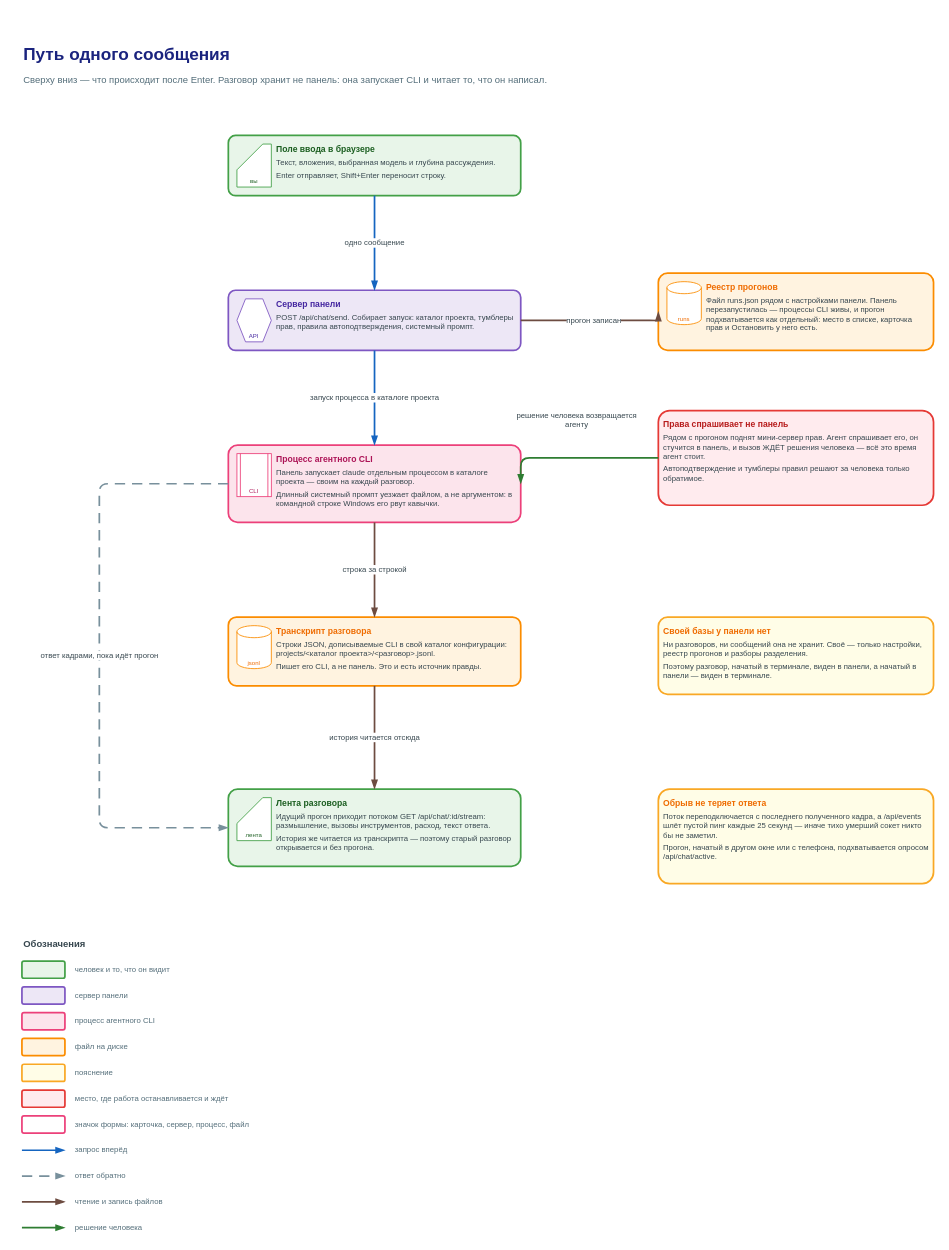
Above: page "1. Путь одного сообщения" (1 of 2) of docs/diagrams/chat-guide/chat-guide.drawio in rusyander/claude-control (draw.io), before the change. Source tidied: cells renumbered, new cells numbered last; positions are measured from the earlier drawing's top-left corner, leaving out a move shared by most shapes. Both pictures are drawn from the tidied source at 86%, with x=0, y=0 at pixel (22, 40).
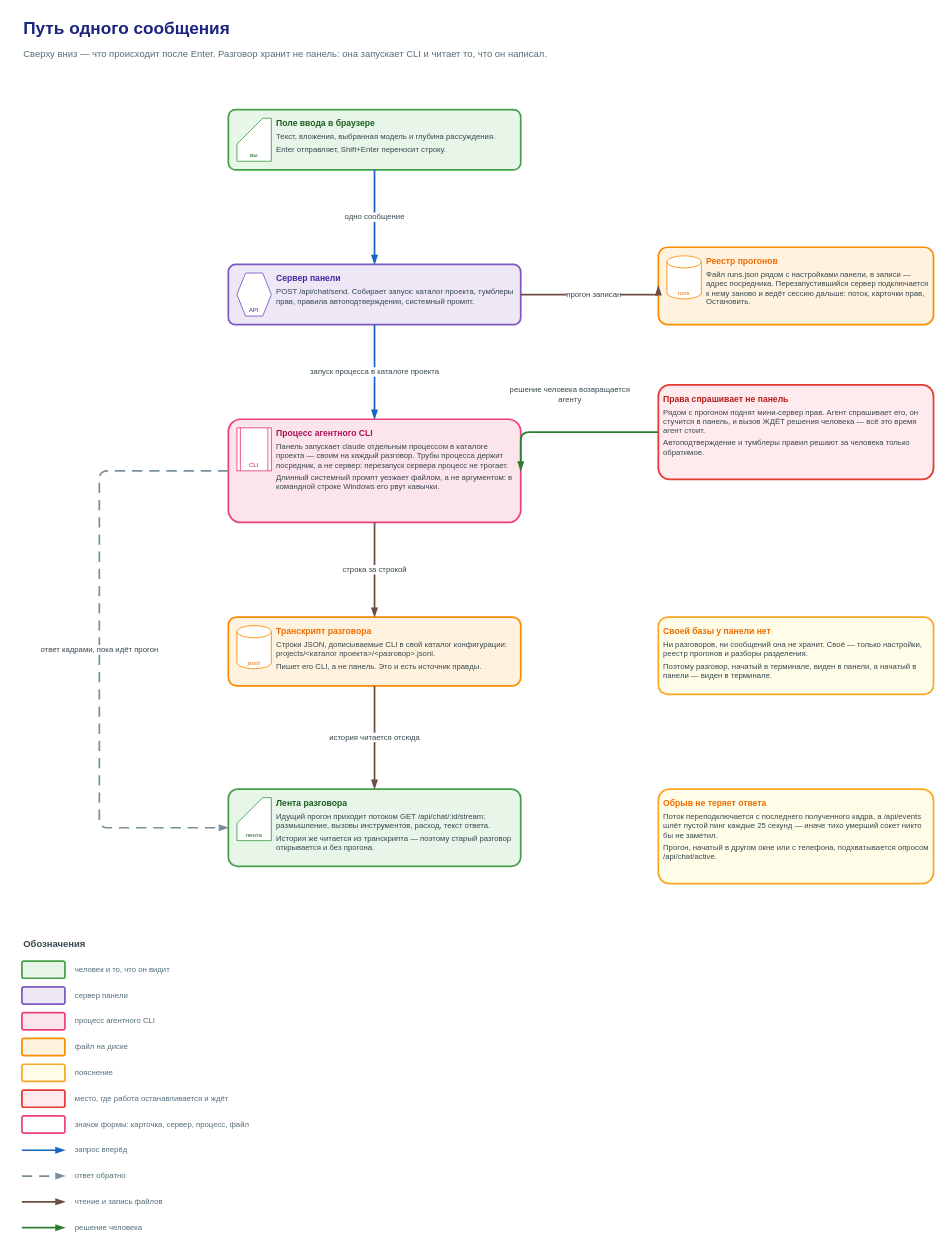
The same diagram, later.

Unchanged cells that the change refers to:
```xml
<mxCell id="12" value="&lt;div style=&quot;font-size:10px;font-weight:600;color:#1B5E20;text-align:left&quot;&gt;Лента разговора&lt;/div&gt;&lt;div style=&quot;font-size:9px;text-align:left;margin-top:4px&quot;&gt;Идущий прогон приходит потоком GET /api/chat/:id/stream: размышление, вызовы инструментов, расход, текст ответа.&lt;/div&gt;&lt;div style=&quot;font-size:9px;text-align:left;margin-top:4px&quot;&gt;История же читается из транскрипта — поэтому старый разговор открывается и без прогона.&lt;/div&gt;" style="rounded=1;arcSize=12;fillColor=#E8F5E9;strokeColor=#43A047;strokeWidth=2;html=1;whiteSpace=wrap;align=left;verticalAlign=top;spacing=6;fontSize=9;fontColor=#37474F;spacingLeft=50;informational=1;" parent="1" vertex="1">
  <mxGeometry x="240" y="870" width="340" height="90" as="geometry" />
</mxCell>
```

The edit, as a diff of the source:
```diff
@@
     <mxCell id="2" value="Путь одного сообщения" style="text;html=1;whiteSpace=wrap;align=left;verticalAlign=middle;fontSize=20;fontColor=#1A237E;fontStyle=1;" parent="1" vertex="1">
-      <mxGeometry width="900" height="30" as="geometry" />
+      <mxGeometry y="-30" width="900" height="30" as="geometry" />
     </mxCell>
     <mxCell id="3" value="Сверху вниз — что происходит после Enter. Разговор хранит не панель: она запускает CLI и читает то, что он написал." style="text;html=1;whiteSpace=wrap;align=left;verticalAlign=middle;fontSize=11;fontColor=#546E7A;" parent="1" vertex="1">
-      <mxGeometry y="30" width="900" height="30" as="geometry" />
+      <mxGeometry width="900" height="30" as="geometry" />
     </mxCell>
     <mxCell id="4" value="&lt;div style=&quot;font-size:10px;font-weight:600;color:#1B5E20;text-align:left&quot;&gt;Поле ввода в браузере&lt;/div&gt;&lt;div style=&quot;font-size:9px;text-align:left;margin-top:4px&quot;&gt;Текст, вложения, выбранная модель и глубина рассуждения.&lt;/div&gt;&lt;div style=&quot;font-size:9px;text-align:left;margin-top:4px&quot;&gt;Enter отправляет, Shift+Enter переносит строку.&lt;/div&gt;" style="rounded=1;arcSize=12;fillColor=#E8F5E9;strokeColor=#43A047;strokeWidth=2;html=1;whiteSpace=wrap;align=left;verticalAlign=top;spacing=6;fontSize=9;fontColor=#37474F;spacingLeft=50;informational=1;" parent="1" vertex="1">
-      <mxGeometry x="240" y="110" width="340" height="70" as="geometry" />
+      <mxGeometry x="240" y="80" width="340" height="70" as="geometry" />
     </mxCell>
@@
     <mxCell id="6" value="&lt;div style=&quot;font-size:10px;font-weight:600;color:#4527A0;text-align:left&quot;&gt;Сервер панели&lt;/div&gt;&lt;div style=&quot;font-size:9px;text-align:left;margin-top:4px&quot;&gt;POST /api/chat/send. Собирает запуск: каталог проекта, тумблеры прав, правила автоподтверждения, системный промпт.&lt;/div&gt;" style="rounded=1;arcSize=12;fillColor=#EDE7F6;strokeColor=#7E57C2;strokeWidth=2;html=1;whiteSpace=wrap;align=left;verticalAlign=top;spacing=6;fontSize=9;fontColor=#37474F;spacingLeft=50;informational=1;" parent="1" vertex="1">
-      <mxGeometry x="240" y="290" width="340" height="70" as="geometry" />
+      <mxGeometry x="240" y="260" width="340" height="70" as="geometry" />
     </mxCell>
@@
-    <mxCell id="8" value="&lt;div style=&quot;font-size:10px;font-weight:600;color:#AD1457;text-align:left&quot;&gt;Процесс агентного CLI&lt;/div&gt;&lt;div style=&quot;font-size:9px;text-align:left;margin-top:4px&quot;&gt;Панель запускает claude отдельным процессом в каталоге проекта — своим на каждый разговор.&lt;/div&gt;&lt;div style=&quot;font-size:9px;text-align:left;margin-top:4px&quot;&gt;Длинный системный промпт уезжает файлом, а не аргументом: в командной строке Windows его рвут кавычки.&lt;/div&gt;" style="rounded=1;arcSize=12;fillColor=#FCE4EC;strokeColor=#EC407A;strokeWidth=2;html=1;whiteSpace=wrap;align=left;verticalAlign=top;spacing=6;fontSize=9;fontColor=#37474F;spacingLeft=50;informational=1;" parent="1" vertex="1">
-      <mxGeometry x="240" y="470" width="340" height="90" as="geometry" />
+    <mxCell id="8" value="&lt;div style=&quot;font-size:10px;font-weight:600;color:#AD1457;text-align:left&quot;&gt;Процесс агентного CLI&lt;/div&gt;&lt;div style=&quot;font-size:9px;text-align:left;margin-top:4px&quot;&gt;Панель запускает claude отдельным процессом в каталоге проекта — своим на каждый разговор. Трубы процесса держит посредник, а не сервер: перезапуск сервера процесс не трогает.&lt;/div&gt;&lt;div style=&quot;font-size:9px;text-align:left;margin-top:4px&quot;&gt;Длинный системный промпт уезжает файлом, а не аргументом: в командной строке Windows его рвут кавычки.&lt;/div&gt;" style="rounded=1;arcSize=12;fillColor=#FCE4EC;strokeColor=#EC407A;strokeWidth=2;html=1;whiteSpace=wrap;align=left;verticalAlign=top;spacing=6;fontSize=9;fontColor=#37474F;spacingLeft=50;informational=1;" parent="1" vertex="1">
+      <mxGeometry x="240" y="440" width="340" height="120" as="geometry" />
     </mxCell>
@@
     <mxCell id="14" value="&lt;div style=&quot;font-size:10px;font-weight:600;color:#B71C1C;text-align:left&quot;&gt;Права спрашивает не панель&lt;/div&gt;&lt;div style=&quot;font-size:9px;text-align:left;margin-top:4px&quot;&gt;Рядом с прогоном поднят мини-сервер прав. Агент спрашивает его, он стучится в панель, и вызов ЖДЁТ решения человека — всё это время агент стоит.&lt;/div&gt;&lt;div style=&quot;font-size:9px;text-align:left;margin-top:4px&quot;&gt;Автоподтверждение и тумблеры правил решают за человека только обратимое.&lt;/div&gt;" style="rounded=1;arcSize=12;fillColor=#FFEBEE;strokeColor=#E53935;strokeWidth=2;html=1;whiteSpace=wrap;align=left;verticalAlign=top;spacing=6;fontSize=9;fontColor=#37474F;informational=1;" parent="1" vertex="1">
-      <mxGeometry x="740" y="430" width="320" height="110" as="geometry" />
+      <mxGeometry x="740" y="400" width="320" height="110" as="geometry" />
     </mxCell>
@@
-    <mxCell id="16" value="&lt;div style=&quot;font-size:10px;font-weight:600;color:#EF6C00;text-align:left&quot;&gt;Реестр прогонов&lt;/div&gt;&lt;div style=&quot;font-size:9px;text-align:left;margin-top:4px&quot;&gt;Файл runs.json рядом с настройками панели. Панель перезапустилась — процессы CLI живы, и прогон подхватывается как отдельный: место в списке, карточка прав и Остановить у него есть.&lt;/div&gt;" style="rounded=1;arcSize=12;fillColor=#FFF3E0;strokeColor=#FB8C00;strokeWidth=2;html=1;whiteSpace=wrap;align=left;verticalAlign=top;spacing=6;fontSize=9;fontColor=#37474F;spacingLeft=50;informational=1;" parent="1" vertex="1">
-      <mxGeometry x="740" y="270" width="320" height="90" as="geometry" />
+    <mxCell id="16" value="&lt;div style=&quot;font-size:10px;font-weight:600;color:#EF6C00;text-align:left&quot;&gt;Реестр прогонов&lt;/div&gt;&lt;div style=&quot;font-size:9px;text-align:left;margin-top:4px&quot;&gt;Файл runs.json рядом с настройками панели, в записи — адрес посредника. Перезапустившийся сервер подключается к нему заново и ведёт сессию дальше: поток, карточки прав, Остановить.&lt;/div&gt;" style="rounded=1;arcSize=12;fillColor=#FFF3E0;strokeColor=#FB8C00;strokeWidth=2;html=1;whiteSpace=wrap;align=left;verticalAlign=top;spacing=6;fontSize=9;fontColor=#37474F;spacingLeft=50;informational=1;" parent="1" vertex="1">
+      <mxGeometry x="740" y="240" width="320" height="90" as="geometry" />
     </mxCell>
@@
     <mxCell id="23" value="прогон записан" style="edgeStyle=orthogonalEdgeStyle;rounded=1;html=1;fontSize=9;fontColor=#37474F;labelBackgroundColor=#FFFFFF;endArrow=blockThin;endFill=1;jettySize=auto;strokeWidth=2;strokeColor=#6D4C41;exitX=1;exitY=0.5;exitDx=0;exitDy=0;entryX=0;entryY=0.5;entryDx=0;entryDy=0;" parent="1" edge="1" source="6" target="16">
       <mxGeometry relative="1" as="geometry">
         <Array as="points">
-          <mxPoint x="740" y="325" />
+          <mxPoint x="740" y="295" />
         </Array>
       </mxGeometry>
     </mxCell>
     <mxCell id="24" value="решение человека возвращается&lt;br&gt;агенту" style="edgeStyle=orthogonalEdgeStyle;rounded=1;html=1;fontSize=9;fontColor=#37474F;labelBackgroundColor=#FFFFFF;endArrow=blockThin;endFill=1;jettySize=auto;strokeWidth=2;strokeColor=#2E7D32;exitX=0;exitY=0.5;exitDx=0;exitDy=0;entryX=1;entryY=0.5;entryDx=0;entryDy=0;" parent="1" edge="1" source="14" target="8">
       <mxGeometry y="-44" relative="1" as="geometry">
         <Array as="points">
-          <mxPoint x="580" y="485" />
+          <mxPoint x="580" y="455" />
         </Array>
       </mxGeometry>
     </mxCell>
     <mxCell id="25" value="ответ кадрами, пока идёт прогон" style="edgeStyle=orthogonalEdgeStyle;rounded=1;html=1;fontSize=9;fontColor=#37474F;labelBackgroundColor=#FFFFFF;endArrow=blockThin;endFill=1;jettySize=auto;strokeWidth=2;strokeColor=#78909C;dashed=1;dashPattern=6 4;exitX=0;exitY=0.5;exitDx=0;exitDy=0;entryX=0;entryY=0.5;entryDx=0;entryDy=0;" parent="1" edge="1" source="8" target="12">
       <mxGeometry relative="1" as="geometry">
         <Array as="points">
-          <mxPoint x="90" y="515" />
+          <mxPoint x="90" y="500" />
           <mxPoint x="90" y="915" />
         </Array>
       </mxGeometry>
     </mxCell>
```
